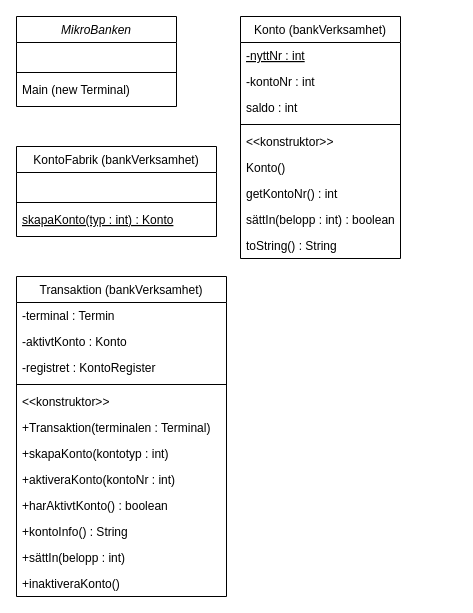
Earlier version of the draw.io diagram Kodskelett.drawio (Ingelisun/ERmodels). Source tidied: cells renumbered, new cells numbered last; positions are measured from the earlier drawing's top-left corner, leaving out a move shared by most shapes. Both pictures are drawn from the tidied source at 100%, with x=0, y=0 at pixel (16, 16).
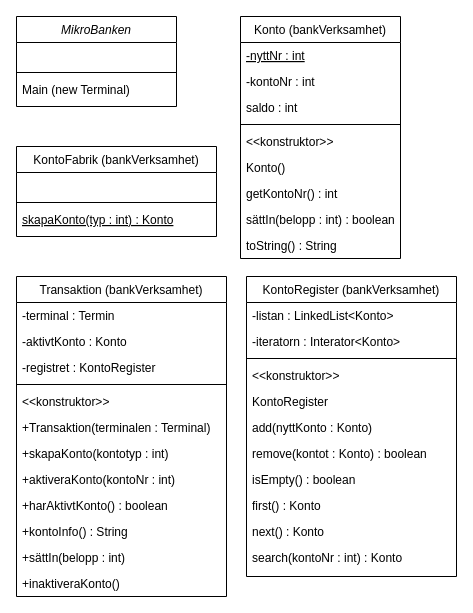
Above is the later version.

The edit, as a diff of the source:
```diff
@@
+    <mxCell id="33" value="KontoRegister (bankVerksamhet)" style="swimlane;fontStyle=0;align=center;verticalAlign=top;horizontal=1;startSize=26;rounded=0;shadow=0;strokeWidth=1;" parent="1" vertex="1">
+      <mxGeometry x="230" y="260" width="210" height="300" as="geometry" />
+    </mxCell>
+    <mxCell id="34" value="-listan : LinkedList&lt;Konto&gt;" style="text;align=left;verticalAlign=top;spacingLeft=4;spacingRight=4;overflow=hidden;rounded=0;shadow=0;html=0;" parent="33" vertex="1">
+      <mxGeometry y="26" width="210" height="26" as="geometry" />
+    </mxCell>
+    <mxCell id="35" value="-iteratorn : Interator&lt;Konto&gt;" style="text;align=left;verticalAlign=top;spacingLeft=4;spacingRight=4;overflow=hidden;rounded=0;shadow=0;html=0;" parent="33" vertex="1">
+      <mxGeometry y="52" width="210" height="26" as="geometry" />
+    </mxCell>
+    <mxCell id="36" style="line;html=1;strokeWidth=1;align=left;verticalAlign=middle;spacingTop=-1;spacingLeft=3;spacingRight=3;labelPosition=right;" parent="33" vertex="1">
+      <mxGeometry y="78" width="210" height="8" as="geometry" />
+    </mxCell>
+    <mxCell id="37" value="&lt;&lt;konstruktor&gt;&gt;" style="text;align=left;verticalAlign=top;spacingLeft=4;spacingRight=4;overflow=hidden;" parent="33" vertex="1">
+      <mxGeometry y="86" width="210" height="26" as="geometry" />
+    </mxCell>
+    <mxCell id="38" value="KontoRegister" style="text;align=left;verticalAlign=top;spacingLeft=4;spacingRight=4;overflow=hidden;" parent="33" vertex="1">
+      <mxGeometry y="112" width="210" height="26" as="geometry" />
+    </mxCell>
+    <mxCell id="39" value="add(nyttKonto : Konto)" style="text;align=left;verticalAlign=top;spacingLeft=4;spacingRight=4;overflow=hidden;" parent="33" vertex="1">
+      <mxGeometry y="138" width="210" height="26" as="geometry" />
+    </mxCell>
+    <mxCell id="40" value="remove(kontot : Konto) : boolean" style="text;align=left;verticalAlign=top;spacingLeft=4;spacingRight=4;overflow=hidden;" parent="33" vertex="1">
+      <mxGeometry y="164" width="210" height="26" as="geometry" />
+    </mxCell>
+    <mxCell id="41" value="isEmpty() : boolean" style="text;align=left;verticalAlign=top;spacingLeft=4;spacingRight=4;overflow=hidden;" parent="33" vertex="1">
+      <mxGeometry y="190" width="210" height="26" as="geometry" />
+    </mxCell>
+    <mxCell id="42" value="first() : Konto" style="text;align=left;verticalAlign=top;spacingLeft=4;spacingRight=4;overflow=hidden;" parent="33" vertex="1">
+      <mxGeometry y="216" width="210" height="26" as="geometry" />
+    </mxCell>
+    <mxCell id="43" value="next() : Konto" style="text;align=left;verticalAlign=top;spacingLeft=4;spacingRight=4;overflow=hidden;" parent="33" vertex="1">
+      <mxGeometry y="242" width="210" height="26" as="geometry" />
+    </mxCell>
+    <mxCell id="44" value="search(kontoNr : int) : Konto" style="text;align=left;verticalAlign=top;spacingLeft=4;spacingRight=4;overflow=hidden;" parent="33" vertex="1">
+      <mxGeometry y="268" width="210" height="26" as="geometry" />
+    </mxCell>
```
